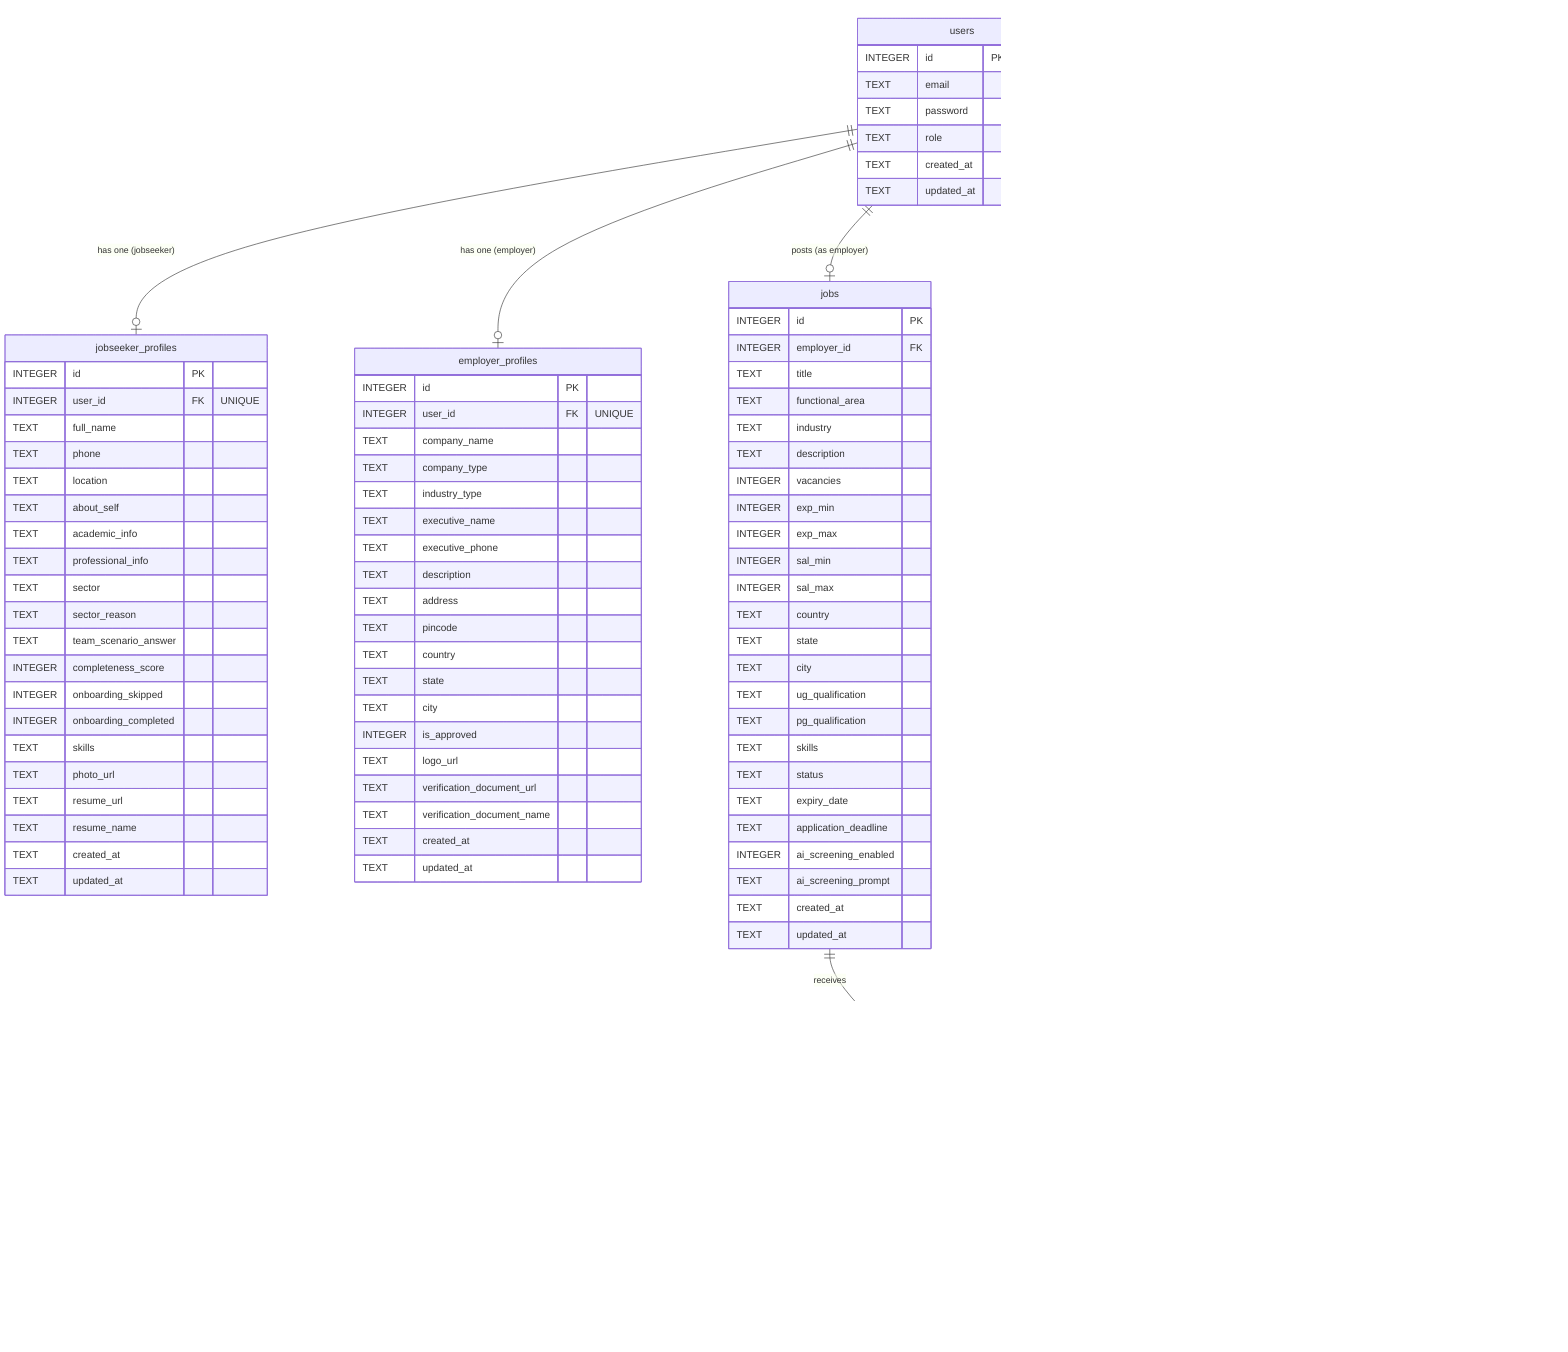
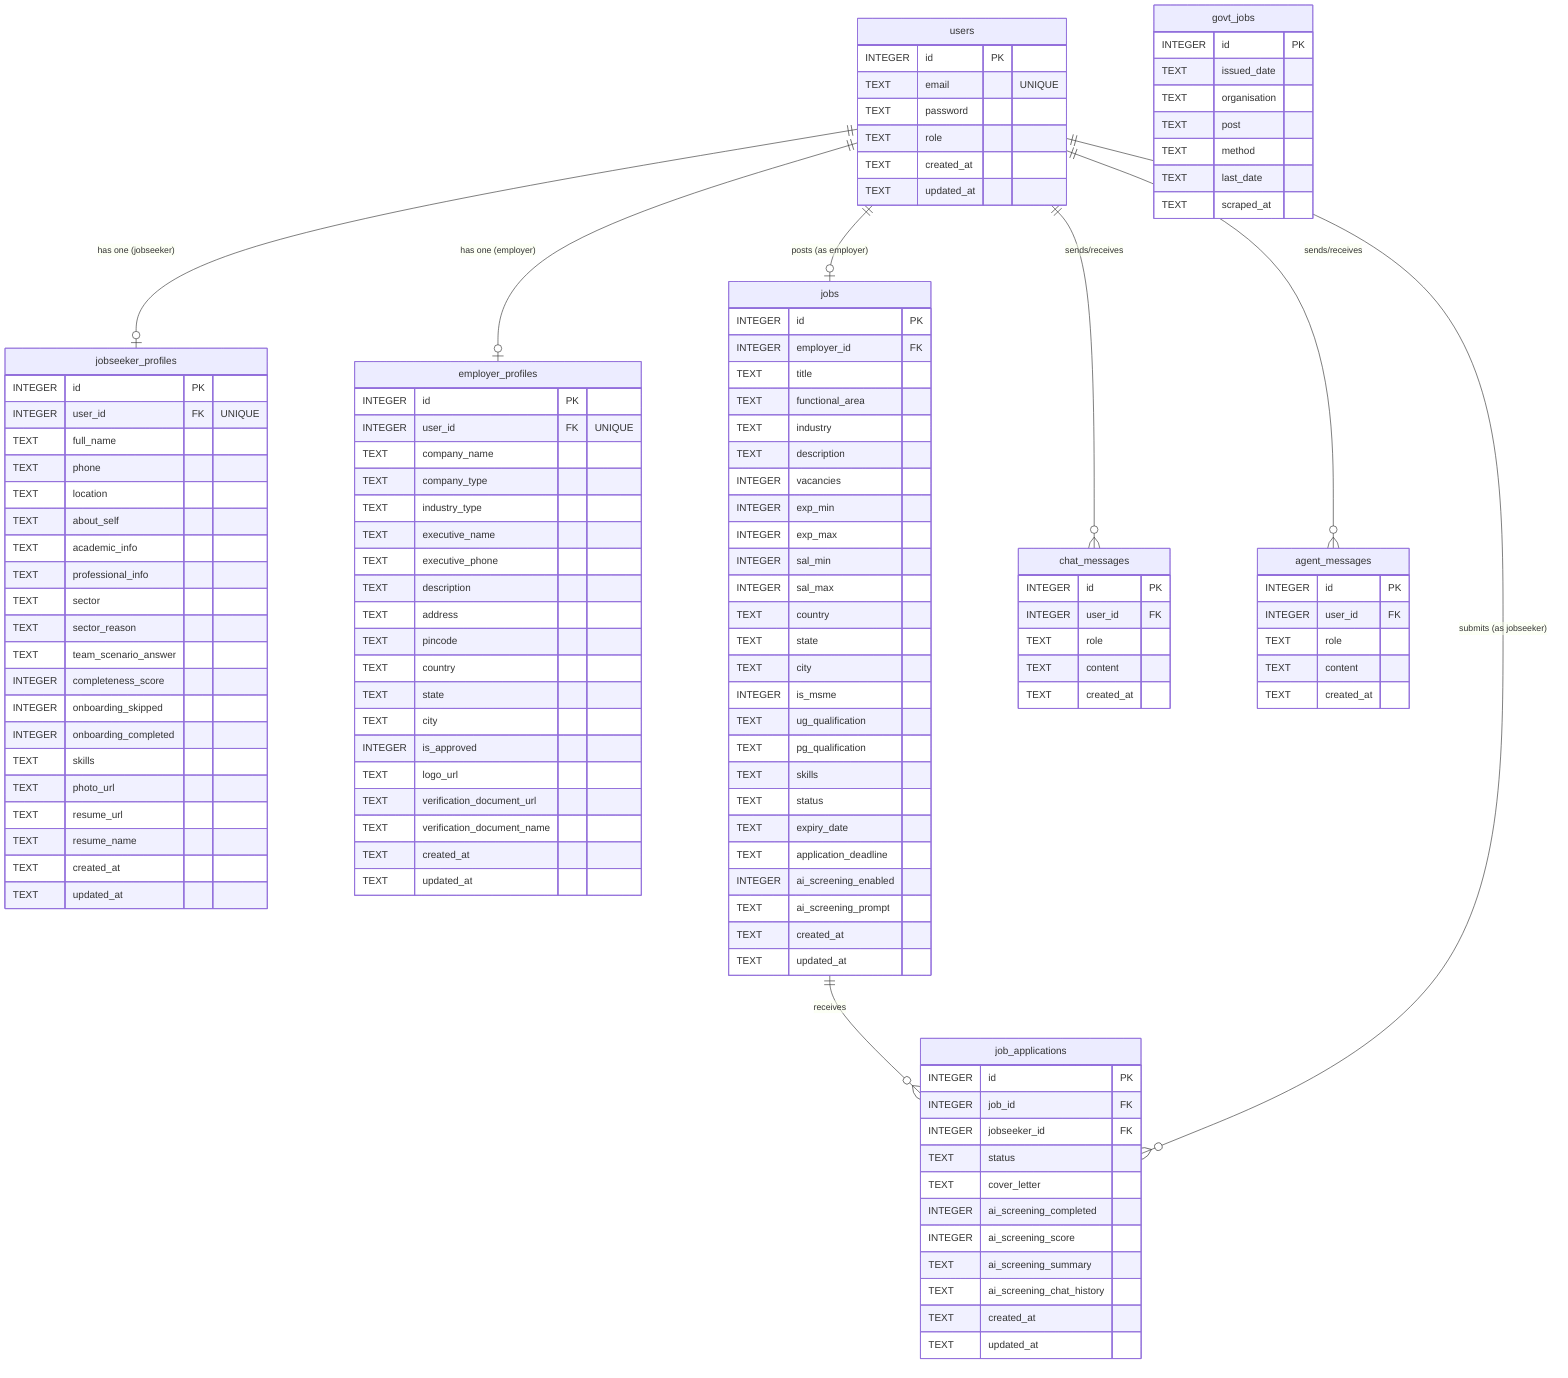
erDiagram
    users {
        INTEGER id PK
        TEXT email "UNIQUE"
        TEXT password
        TEXT role
        TEXT created_at
        TEXT updated_at
    }

    jobseeker_profiles {
        INTEGER id PK
        INTEGER user_id FK "UNIQUE"
        TEXT full_name
        TEXT phone
        TEXT location
        TEXT about_self
        TEXT academic_info
        TEXT professional_info
        TEXT sector
        TEXT sector_reason
        TEXT team_scenario_answer
        INTEGER completeness_score
        INTEGER onboarding_skipped
        INTEGER onboarding_completed
        TEXT skills
        TEXT photo_url
        TEXT resume_url
        TEXT resume_name
        TEXT created_at
        TEXT updated_at
    }

    employer_profiles {
        INTEGER id PK
        INTEGER user_id FK "UNIQUE"
        TEXT company_name
        TEXT company_type
        TEXT industry_type
        TEXT executive_name
        TEXT executive_phone
        TEXT description
        TEXT address
        TEXT pincode
        TEXT country
        TEXT state
        TEXT city
        INTEGER is_approved
        TEXT logo_url
        TEXT verification_document_url
        TEXT verification_document_name
        TEXT created_at
        TEXT updated_at
    }

    jobs {
        INTEGER id PK
        INTEGER employer_id FK
        TEXT title
        TEXT functional_area
        TEXT industry
        TEXT description
        INTEGER vacancies
        INTEGER exp_min
        INTEGER exp_max
        INTEGER sal_min
        INTEGER sal_max
        TEXT country
        TEXT state
        TEXT city
+         INTEGER is_msme
        TEXT ug_qualification
        TEXT pg_qualification
        TEXT skills
        TEXT status
        TEXT expiry_date
        TEXT application_deadline
        INTEGER ai_screening_enabled
        TEXT ai_screening_prompt
        TEXT created_at
        TEXT updated_at
    }

    job_applications {
        INTEGER id PK
        INTEGER job_id FK
        INTEGER jobseeker_id FK
        TEXT status
        TEXT cover_letter
        INTEGER ai_screening_completed
        INTEGER ai_screening_score
        TEXT ai_screening_summary
        TEXT ai_screening_chat_history
        TEXT created_at
        TEXT updated_at
    }

    chat_messages {
        INTEGER id PK
        INTEGER user_id FK
        TEXT role
        TEXT content
        TEXT created_at
    }

    agent_messages {
        INTEGER id PK
        INTEGER user_id FK
        TEXT role
        TEXT content
        TEXT created_at
    }

    govt_jobs {
        INTEGER id PK
        TEXT issued_date
        TEXT organisation
        TEXT post
        TEXT method
        TEXT last_date
        TEXT scraped_at
    }

    users ||--o| jobseeker_profiles : "has one (jobseeker)"
    users ||--o| employer_profiles : "has one (employer)"
    users ||--o| jobs : "posts (as employer)"
    users ||--o{ chat_messages : "sends/receives"
    users ||--o{ agent_messages : "sends/receives"

    jobs ||--o{ job_applications : "receives"
    users ||--o{ job_applications : "submits (as jobseeker)"
